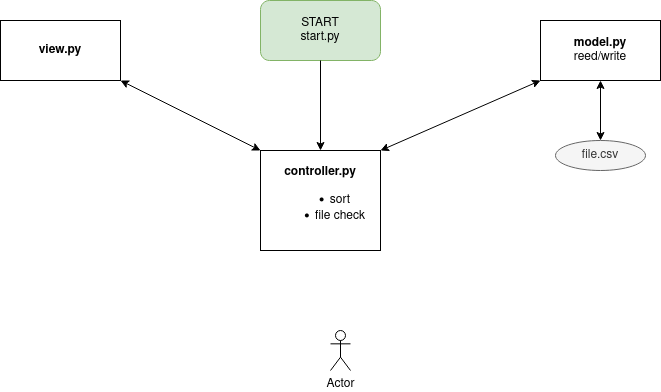
Earlier version of the draw.io export bs.png (alex163li/sem8_DZ_py_Database_school). Source tidied: cells renumbered, new cells last; positions are measured from the earlier drawing's top-left corner, leaving out a move shared by most shapes.
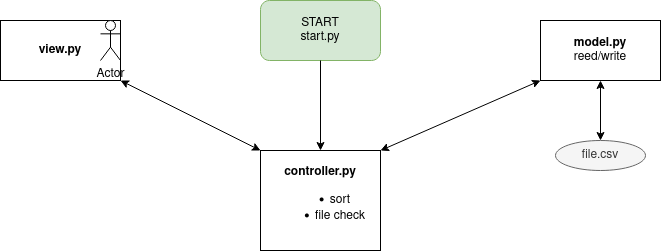
Later version of the same file.

Diff of the diagram source:
```diff
@@ -1,4 +1,4 @@
-<mxGraphModel>
+<mxGraphModel background="#ffffff">
   <root>
     <mxCell id="0" />
     <mxCell id="1" parent="0" />
@@ -30,7 +30,7 @@
       <mxGeometry relative="1" as="geometry" />
     </mxCell>
     <mxCell id="11" value="Actor" style="shape=umlActor;verticalLabelPosition=bottom;verticalAlign=top;html=1;" parent="1" vertex="1">
-      <mxGeometry x="330" y="330" width="20" height="40" as="geometry" />
+      <mxGeometry x="100" y="20" width="20" height="40" as="geometry" />
     </mxCell>
   </root>
 </mxGraphModel>
```
